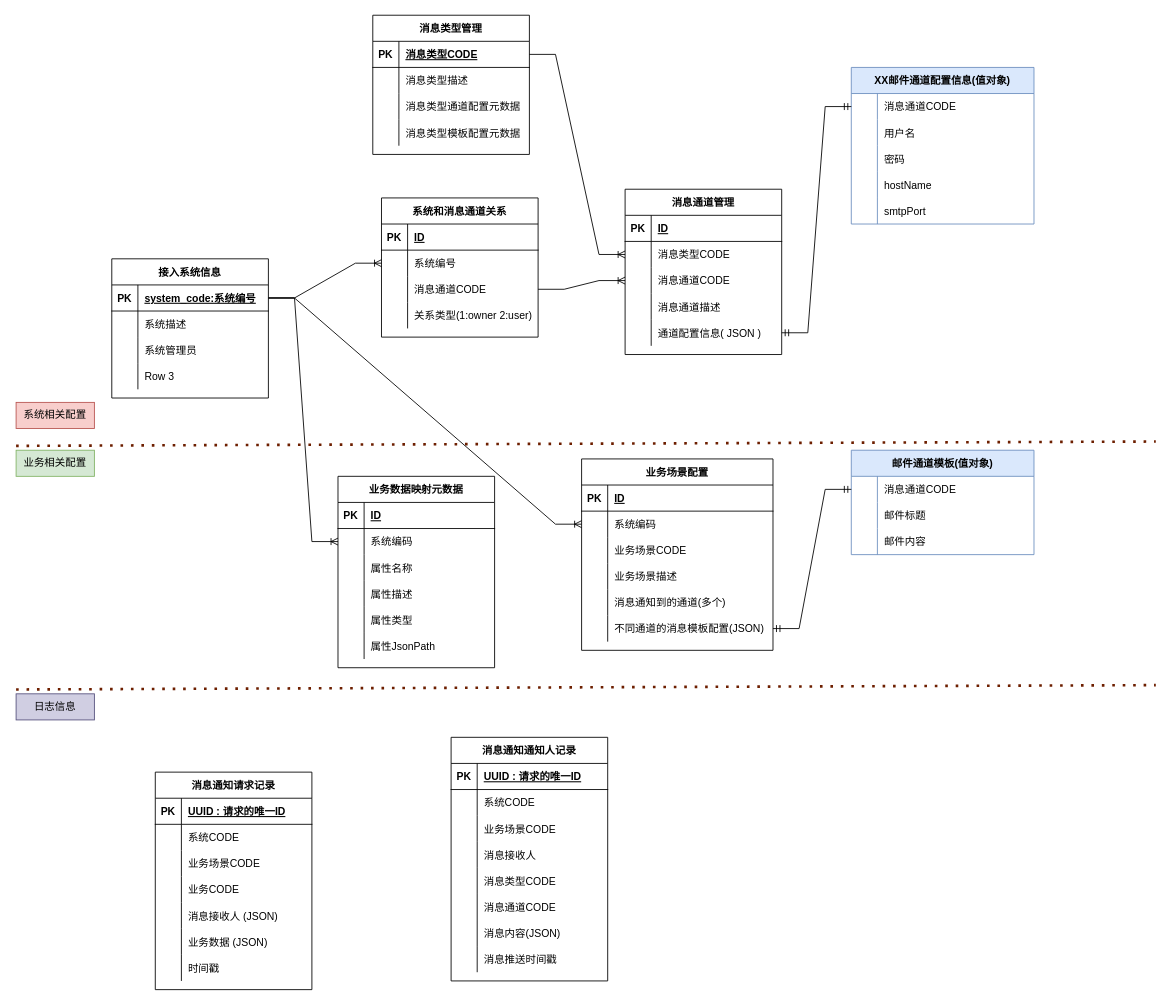
shixw/drawio-depository keeps this draw.io diagram as page "数据ER" (2 of 5) of 聚合消息通知平台.drawio. Above is the earlier version. Source tidied: cells renumbered, new cells numbered last; positions are measured from the earlier drawing's top-left corner, leaving out a move shared by most shapes. Both pictures are drawn from the tidied source at 87%, with x=0, y=0 at pixel (16, 15).
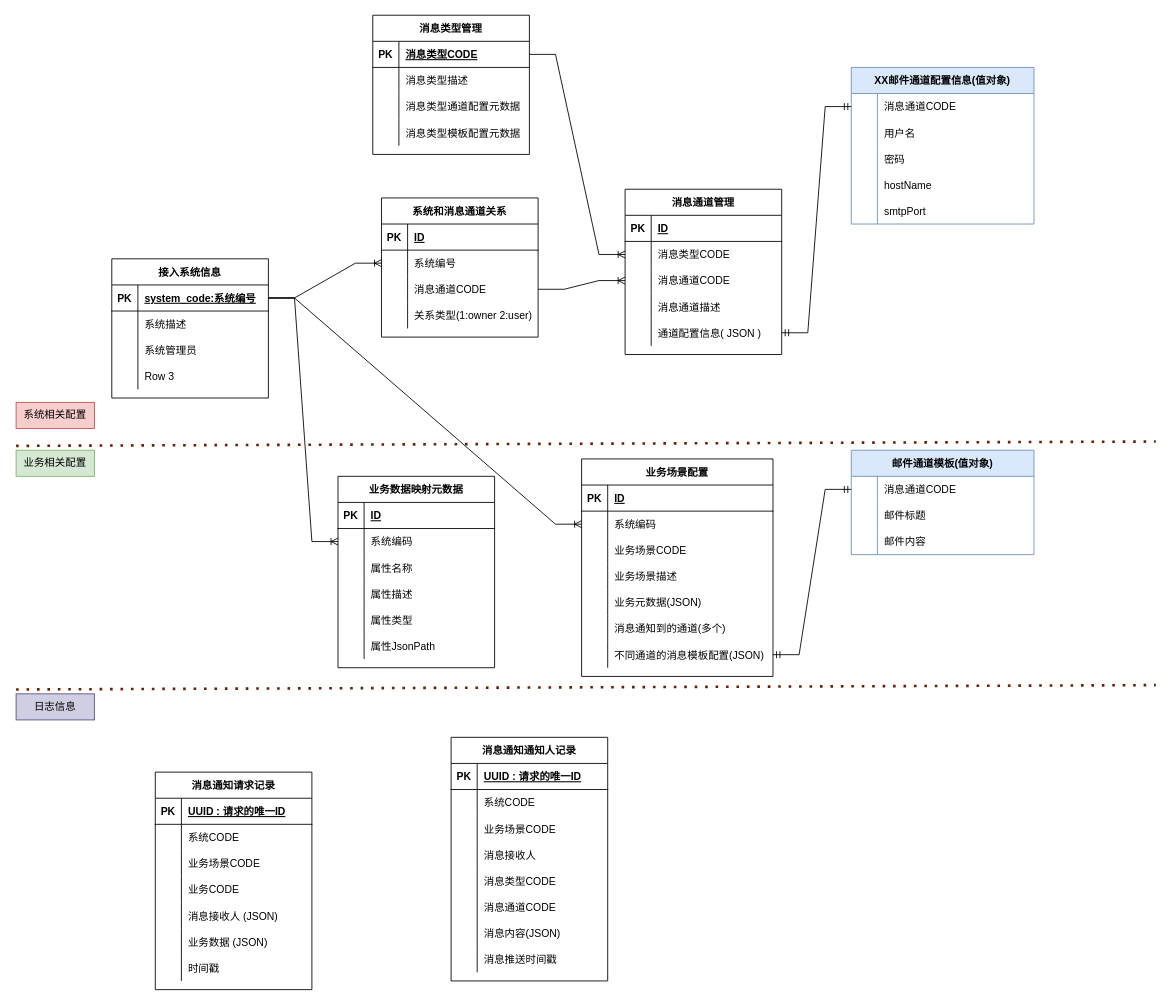
The same diagram, later.

Commit message:
更新聚合消息通知平台.drawio

Diff of the diagram source:
```diff
@@
     <mxCell id="80" value="业务场景配置" style="shape=table;startSize=30;childLayout=tableLayout;rowLines=0;fontStyle=1;align=center;" parent="1" vertex="1">
-      <mxGeometry x="650" y="510" width="220" height="220" as="geometry" />
+      <mxGeometry x="650" y="510" width="220" height="250" as="geometry" />
     </mxCell>
@@
+    <mxCell id="180" style="shape=tableRow;horizontal=0;startSize=0;swimlaneHead=0;swimlaneBody=0;fillColor=none;top=0;left=0;right=0;bottom=0;" parent="80" vertex="1">
+      <mxGeometry y="150" width="220" height="30" as="geometry" />
+    </mxCell>
+    <mxCell id="181" style="shape=partialRectangle;fillColor=none;top=0;left=0;bottom=0;right=0;overflow=hidden;" parent="180" vertex="1">
+      <mxGeometry width="30" height="30" as="geometry" />
+    </mxCell>
+    <mxCell id="182" value="业务元数据(JSON)" style="shape=partialRectangle;fillColor=none;top=0;left=0;bottom=0;right=0;align=left;spacingLeft=6;overflow=hidden;" parent="180" vertex="1">
+      <mxGeometry x="30" width="190" height="30" as="geometry" />
+    </mxCell>
     <mxCell id="93" style="shape=tableRow;horizontal=0;startSize=0;swimlaneHead=0;swimlaneBody=0;fillColor=none;top=0;left=0;right=0;bottom=0;" parent="80" vertex="1">
-      <mxGeometry y="150" width="220" height="30" as="geometry" />
+      <mxGeometry y="180" width="220" height="30" as="geometry" />
     </mxCell>
@@
     <mxCell id="96" style="shape=tableRow;horizontal=0;startSize=0;swimlaneHead=0;swimlaneBody=0;fillColor=none;points=[[0,0.5],[1,0.5]];portConstraint=eastwest;top=0;left=0;right=0;bottom=0;" parent="80" vertex="1">
-      <mxGeometry y="180" width="220" height="30" as="geometry" />
+      <mxGeometry y="210" width="220" height="30" as="geometry" />
     </mxCell>
```
